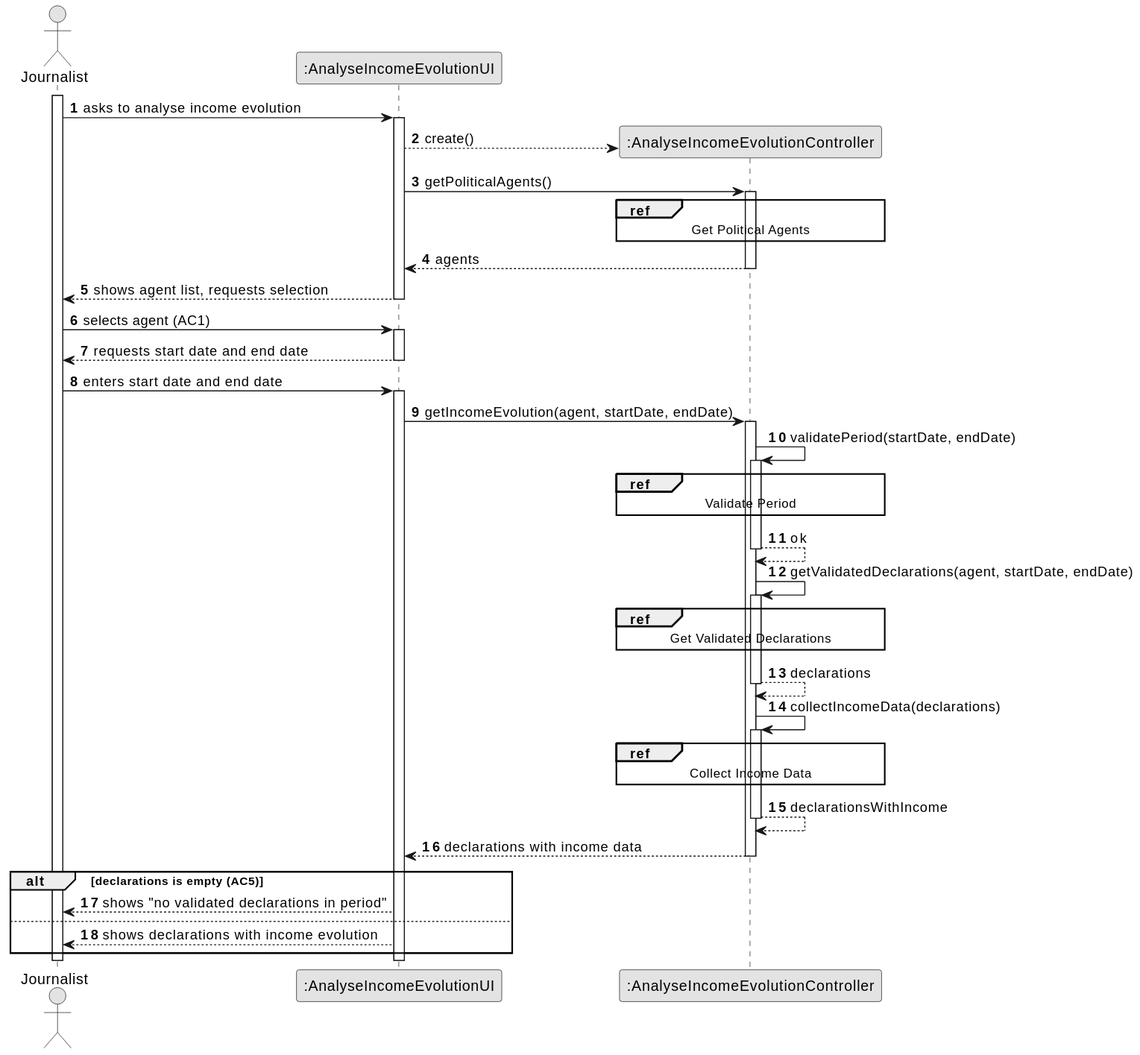
The PlantUML diagram docs/system-documentation/US10/03.design/svg/US10-SD-split.svg in brunodspinto/crystal-clear-platform, before a commit.
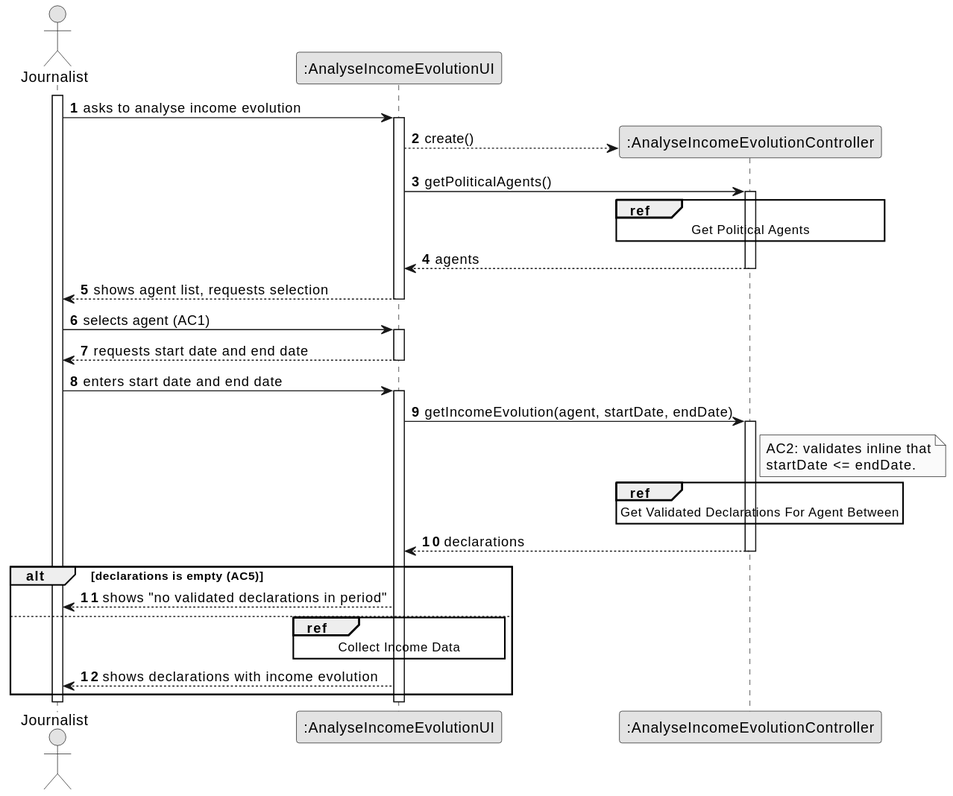
Later version of the same file.

Change to the diagram source:
```diff
@@ -38,36 +38,24 @@
         UI -> CTRL : getIncomeEvolution(agent, startDate, endDate)
         activate CTRL
 
-            CTRL -> CTRL : validatePeriod(startDate, endDate)
-            activate CTRL
-                ref over CTRL
-                    Validate Period
-                end ref
-                CTRL --> CTRL : ok
-            deactivate CTRL
+            note right of CTRL
+                AC2: validates inline that
+                startDate <= endDate.
+            end note
 
-            CTRL -> CTRL : getValidatedDeclarations(agent, startDate, endDate)
-            activate CTRL
-                ref over CTRL
-                    Get Validated Declarations
-                end ref
-                CTRL --> CTRL : declarations
-            deactivate CTRL
+            ref over CTRL
+                Get Validated Declarations For Agent Between
+            end ref
 
-            CTRL -> CTRL : collectIncomeData(declarations)
-            activate CTRL
-                ref over CTRL
-                    Collect Income Data
-                end ref
-                CTRL --> CTRL : declarationsWithIncome
-            deactivate CTRL
-
-            CTRL --> UI : declarations with income data
+            CTRL --> UI : declarations
         deactivate CTRL
 
         alt declarations is empty (AC5)
             UI --> Journalist : shows "no validated declarations in period"
         else
+            ref over UI
+                Collect Income Data
+            end ref
             UI --> Journalist : shows declarations with income evolution
         end
 
```
